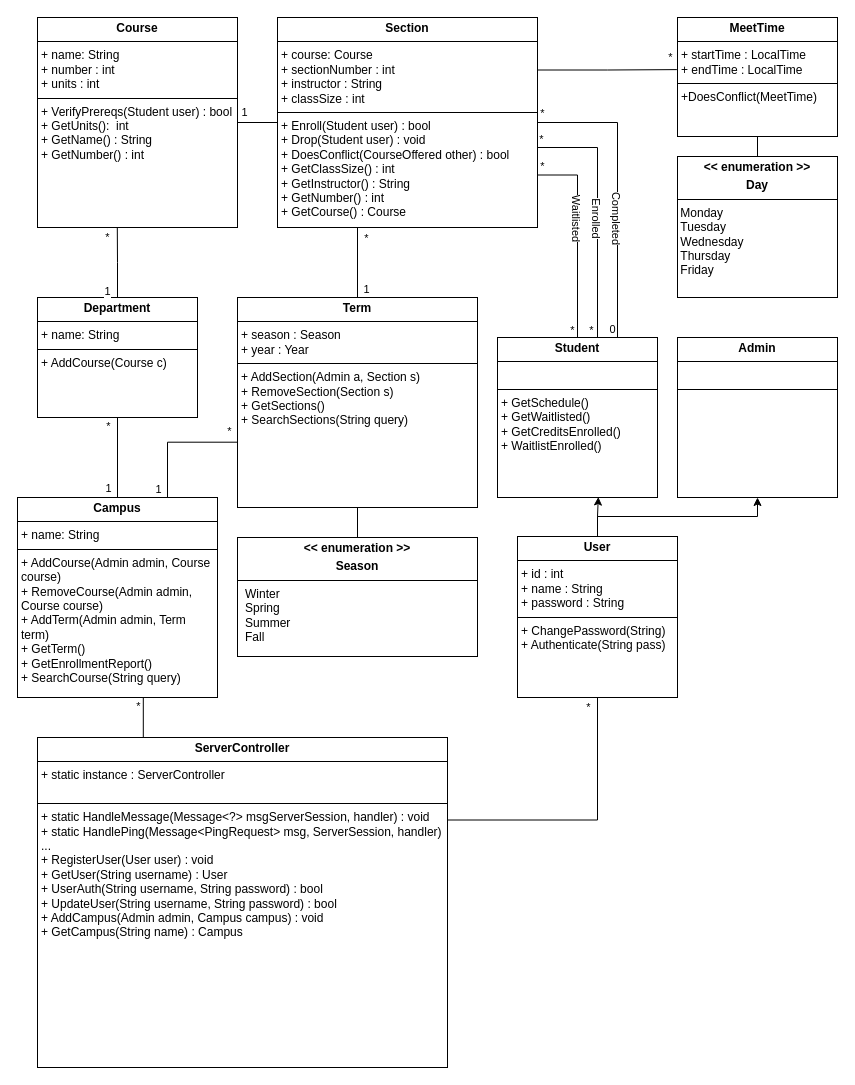
Above: documentation/ServerDataUML.drawio in stephkno/CourseTrack (draw.io), before the change. Source tidied: cells renumbered, new cells numbered last; positions are measured from the earlier drawing's top-left corner, leaving out a move shared by most shapes. Both pictures are drawn from the tidied source at 100%, with x=0, y=0 at pixel (17, 17).
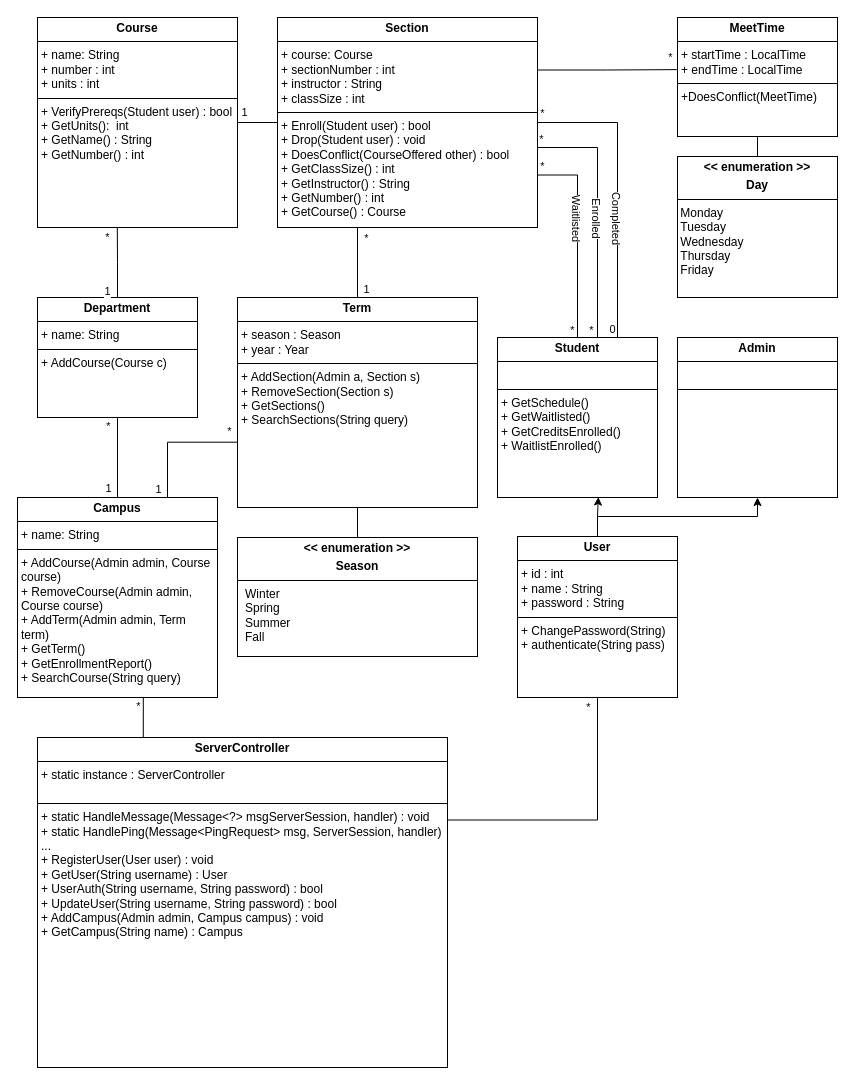
The same diagram, later.

The edit, as a diff of the source:
```diff
@@
-    <mxCell id="21" value="&lt;p style=&quot;margin:0px;margin-top:4px;text-align:center;&quot;&gt;&lt;b&gt;User&lt;/b&gt;&lt;/p&gt;&lt;hr size=&quot;1&quot; style=&quot;border-style:solid;&quot;&gt;&lt;p style=&quot;margin:0px;margin-left:4px;&quot;&gt;+ id : int&lt;/p&gt;&lt;p style=&quot;margin:0px;margin-left:4px;&quot;&gt;+ name : String&lt;/p&gt;&lt;p style=&quot;margin:0px;margin-left:4px;&quot;&gt;+ password : String&lt;/p&gt;&lt;hr size=&quot;1&quot; style=&quot;border-style:solid;&quot;&gt;&lt;p style=&quot;margin:0px;margin-left:4px;&quot;&gt;+ ChangePassword(String)&lt;/p&gt;&lt;p style=&quot;margin:0px;margin-left:4px;&quot;&gt;+ Authenticate(String pass)&lt;/p&gt;" style="verticalAlign=top;align=left;overflow=fill;html=1;whiteSpace=wrap;" parent="1" vertex="1">
+    <mxCell id="21" value="&lt;p style=&quot;margin:0px;margin-top:4px;text-align:center;&quot;&gt;&lt;b&gt;User&lt;/b&gt;&lt;/p&gt;&lt;hr size=&quot;1&quot; style=&quot;border-style:solid;&quot;&gt;&lt;p style=&quot;margin:0px;margin-left:4px;&quot;&gt;+ id : int&lt;/p&gt;&lt;p style=&quot;margin:0px;margin-left:4px;&quot;&gt;+ name : String&lt;/p&gt;&lt;p style=&quot;margin:0px;margin-left:4px;&quot;&gt;+ password : String&lt;/p&gt;&lt;hr size=&quot;1&quot; style=&quot;border-style:solid;&quot;&gt;&lt;p style=&quot;margin:0px;margin-left:4px;&quot;&gt;+ ChangePassword(String)&lt;/p&gt;&lt;p style=&quot;margin:0px;margin-left:4px;&quot;&gt;+ authenticate(String pass)&lt;/p&gt;" style="verticalAlign=top;align=left;overflow=fill;html=1;whiteSpace=wrap;" parent="1" vertex="1">
       <mxGeometry x="500" y="519" width="160" height="161" as="geometry" />
     </mxCell>
```
